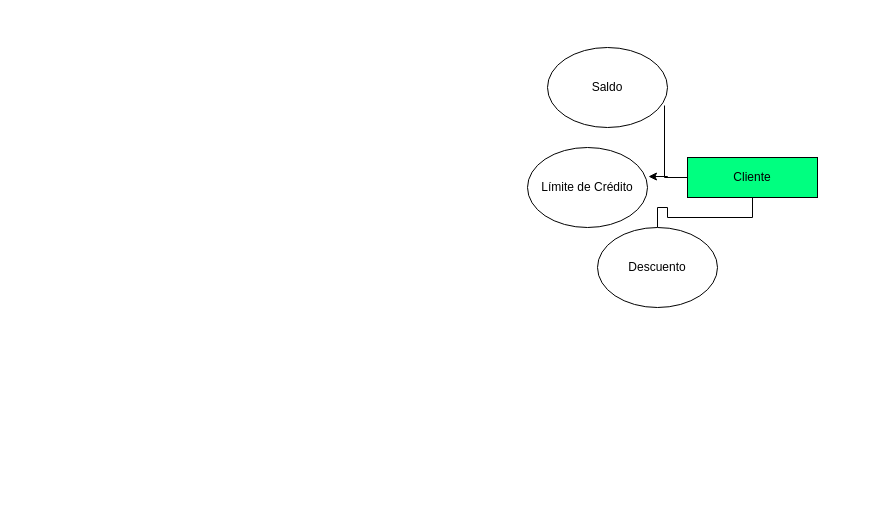
Earlier version of the draw.io diagram Unidad-1/Tareas/Tarea-2-3/Tarea 3.drawio (GgbGabrielGarcia/Base-Datos). Source tidied: cells renumbered, new cells numbered last; positions are measured from the earlier drawing's top-left corner, leaving out a move shared by most shapes. Both pictures are drawn from the tidied source at 100%, with x=0, y=0 at pixel (527, 47).
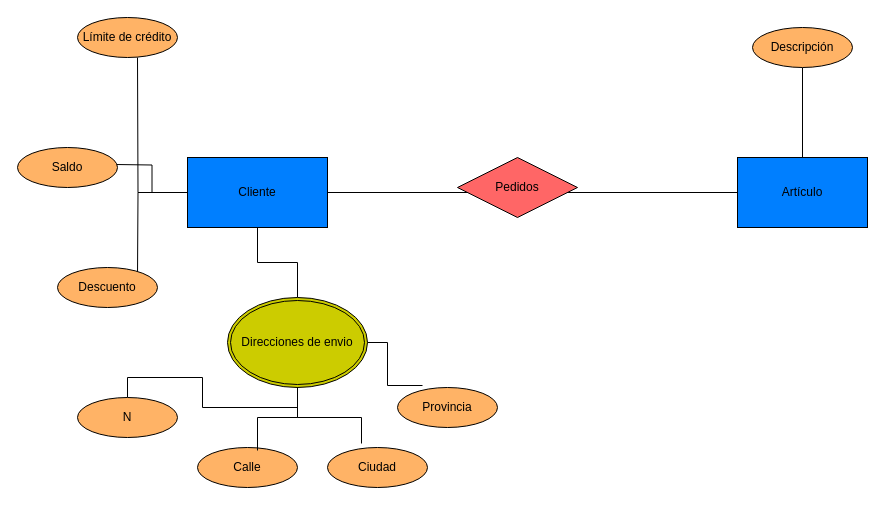
The same page after the edit.

Diff of the diagram source:
```diff
@@
-    <mxCell id="2" style="edgeStyle=orthogonalEdgeStyle;rounded=0;jettySize=auto;html=1;endArrow=none;endFill=0;" parent="1" edge="1" source="3" target="6">
-      <mxGeometry relative="1" as="geometry" />
-    </mxCell>
+    <mxCell id="9" style="edgeStyle=orthogonalEdgeStyle;rounded=0;jettySize=auto;html=1;endArrow=none;endFill=0;" parent="1" edge="1" source="3" target="16">
+      <mxGeometry relative="1" as="geometry" />
+    </mxCell>
-    <mxCell id="3" value="Cliente" style="rounded=0;whiteSpace=wrap;html=1;fillColor=#00FF80;" parent="1" vertex="1">
-      <mxGeometry x="160" y="110" width="130" height="40" as="geometry" />
+    <mxCell id="3" value="Cliente" style="rounded=0;whiteSpace=wrap;html=1;fillColor=#007FFF;" parent="1" vertex="1">
+      <mxGeometry x="-340" y="110" width="140" height="70" as="geometry" />
     </mxCell>
-    <mxCell id="4" value="Límite de Crédito" style="ellipse;whiteSpace=wrap;html=1;" parent="1" vertex="1">
-      <mxGeometry y="100" width="120" height="80" as="geometry" />
-    </mxCell>
+    <mxCell id="10" style="edgeStyle=orthogonalEdgeStyle;rounded=0;jettySize=auto;html=1;entryX=1;entryY=0.5;entryDx=0;entryDy=0;endArrow=none;endFill=0;" parent="1" edge="1" source="11" target="3">
+      <mxGeometry relative="1" as="geometry" />
+    </mxCell>
+    <mxCell id="11" value="Artículo" style="rounded=0;whiteSpace=wrap;html=1;fillColor=#007FFF;" parent="1" vertex="1">
+      <mxGeometry x="210" y="110" width="130" height="70" as="geometry" />
+    </mxCell>
+    <mxCell id="12" style="edgeStyle=orthogonalEdgeStyle;rounded=0;jettySize=auto;html=1;entryX=1;entryY=0.75;entryDx=0;entryDy=0;entryPerimeter=0;endArrow=none;endFill=0;" parent="1" edge="1" source="3">
+      <mxGeometry relative="1" as="geometry">
+        <mxPoint x="-390" y="10" as="targetPoint" />
+      </mxGeometry>
+    </mxCell>
+    <mxCell id="13" style="edgeStyle=orthogonalEdgeStyle;rounded=0;jettySize=auto;html=1;entryX=0.983;entryY=0.713;entryDx=0;entryDy=0;entryPerimeter=0;endArrow=none;endFill=0;" parent="1" edge="1" source="3">
+      <mxGeometry relative="1" as="geometry">
+        <mxPoint x="-412" y="117" as="targetPoint" />
+      </mxGeometry>
+    </mxCell>
+    <mxCell id="14" style="edgeStyle=orthogonalEdgeStyle;rounded=0;jettySize=auto;html=1;entryX=1;entryY=0.75;entryDx=0;entryDy=0;entryPerimeter=0;endArrow=none;endFill=0;" parent="1" edge="1" source="3">
+      <mxGeometry relative="1" as="geometry">
+        <mxPoint x="-390" y="230" as="targetPoint" />
+      </mxGeometry>
+    </mxCell>
+    <mxCell id="15" style="edgeStyle=orthogonalEdgeStyle;rounded=0;jettySize=auto;html=1;exitX=0.5;exitY=1;exitDx=0;exitDy=0;endArrow=none;endFill=0;" parent="1" edge="1" source="16" target="23">
+      <mxGeometry relative="1" as="geometry" />
+    </mxCell>
+    <mxCell id="16" value="Direcciones de envio" style="ellipse;shape=doubleEllipse;margin=3;whiteSpace=wrap;html=1;align=center;fillColor=#CCCC00;" parent="1" vertex="1">
+      <mxGeometry x="-300" y="250" width="140" height="90" as="geometry" />
+    </mxCell>
+    <mxCell id="17" style="edgeStyle=orthogonalEdgeStyle;rounded=0;jettySize=auto;html=1;endArrow=none;endFill=0;" parent="1" edge="1" source="18" target="11">
+      <mxGeometry relative="1" as="geometry" />
+    </mxCell>
+    <mxCell id="18" value="Descripción" style="ellipse;whiteSpace=wrap;html=1;align=center;fillColor=#FFB366;" parent="1" vertex="1">
+      <mxGeometry x="225" y="-20" width="100" height="40" as="geometry" />
+    </mxCell>
+    <mxCell id="19" value="Límite de crédito" style="ellipse;whiteSpace=wrap;html=1;align=center;fillColor=#FFB366;" parent="1" vertex="1">
+      <mxGeometry x="-450" y="-30" width="100" height="40" as="geometry" />
+    </mxCell>
-    <mxCell id="5" value="Saldo" style="ellipse;whiteSpace=wrap;html=1;" parent="1" vertex="1">
-      <mxGeometry x="20" width="120" height="80" as="geometry" />
+    <mxCell id="5" value="Saldo" style="ellipse;whiteSpace=wrap;html=1;align=center;fillColor=#FFB366;" parent="1" vertex="1">
+      <mxGeometry x="-510" y="100" width="100" height="40" as="geometry" />
     </mxCell>
-    <mxCell id="6" value="Descuento" style="ellipse;whiteSpace=wrap;html=1;" parent="1" vertex="1">
-      <mxGeometry x="70" y="180" width="120" height="80" as="geometry" />
+    <mxCell id="6" value="Descuento" style="ellipse;whiteSpace=wrap;html=1;align=center;fillColor=#FFB366;" parent="1" vertex="1">
+      <mxGeometry x="-470" y="220" width="100" height="40" as="geometry" />
     </mxCell>
-    <mxCell id="7" style="edgeStyle=orthogonalEdgeStyle;rounded=0;jettySize=auto;html=1;entryX=1.008;entryY=0.363;entryDx=0;entryDy=0;entryPerimeter=0;" parent="1" edge="1" source="3" target="4">
-      <mxGeometry relative="1" as="geometry" />
-    </mxCell>
-    <mxCell id="8" style="edgeStyle=orthogonalEdgeStyle;rounded=0;jettySize=auto;html=1;entryX=0.975;entryY=0.725;entryDx=0;entryDy=0;entryPerimeter=0;endArrow=none;endFill=0;" parent="1" edge="1" source="3" target="5">
-      <mxGeometry relative="1" as="geometry" />
-    </mxCell>
+    <mxCell id="20" value="Provincia" style="ellipse;whiteSpace=wrap;html=1;align=center;fillColor=#FFB366;" parent="1" vertex="1">
+      <mxGeometry x="-130" y="340" width="100" height="40" as="geometry" />
+    </mxCell>
+    <mxCell id="21" value="Ciudad" style="ellipse;whiteSpace=wrap;html=1;align=center;fillColor=#FFB366;" parent="1" vertex="1">
+      <mxGeometry x="-200" y="400" width="100" height="40" as="geometry" />
+    </mxCell>
+    <mxCell id="22" value="Calle" style="ellipse;whiteSpace=wrap;html=1;align=center;fillColor=#FFB366;" parent="1" vertex="1">
+      <mxGeometry x="-330" y="400" width="100" height="40" as="geometry" />
+    </mxCell>
+    <mxCell id="23" value="N" style="ellipse;whiteSpace=wrap;html=1;align=center;fillColor=#FFB366;" parent="1" vertex="1">
+      <mxGeometry x="-450" y="350" width="100" height="40" as="geometry" />
+    </mxCell>
+    <mxCell id="24" style="edgeStyle=orthogonalEdgeStyle;rounded=0;jettySize=auto;html=1;exitX=0.5;exitY=1;exitDx=0;exitDy=0;entryX=0.6;entryY=0.075;entryDx=0;entryDy=0;entryPerimeter=0;endArrow=none;endFill=0;" parent="1" edge="1" source="16" target="22">
+      <mxGeometry relative="1" as="geometry" />
+    </mxCell>
+    <mxCell id="25" style="edgeStyle=orthogonalEdgeStyle;rounded=0;jettySize=auto;html=1;entryX=0.34;entryY=-0.1;entryDx=0;entryDy=0;entryPerimeter=0;endArrow=none;endFill=0;" parent="1" edge="1" source="16" target="21">
+      <mxGeometry relative="1" as="geometry" />
+    </mxCell>
+    <mxCell id="26" style="edgeStyle=orthogonalEdgeStyle;rounded=0;jettySize=auto;html=1;entryX=0.25;entryY=-0.05;entryDx=0;entryDy=0;entryPerimeter=0;endArrow=none;endFill=0;" parent="1" edge="1" source="16" target="20">
+      <mxGeometry relative="1" as="geometry" />
+    </mxCell>
+    <mxCell id="27" value="Pedidos" style="shape=rhombus;perimeter=rhombusPerimeter;whiteSpace=wrap;html=1;align=center;fillColor=#FF6666;" parent="1" vertex="1">
+      <mxGeometry x="-70" y="110" width="120" height="60" as="geometry" />
+    </mxCell>
```
